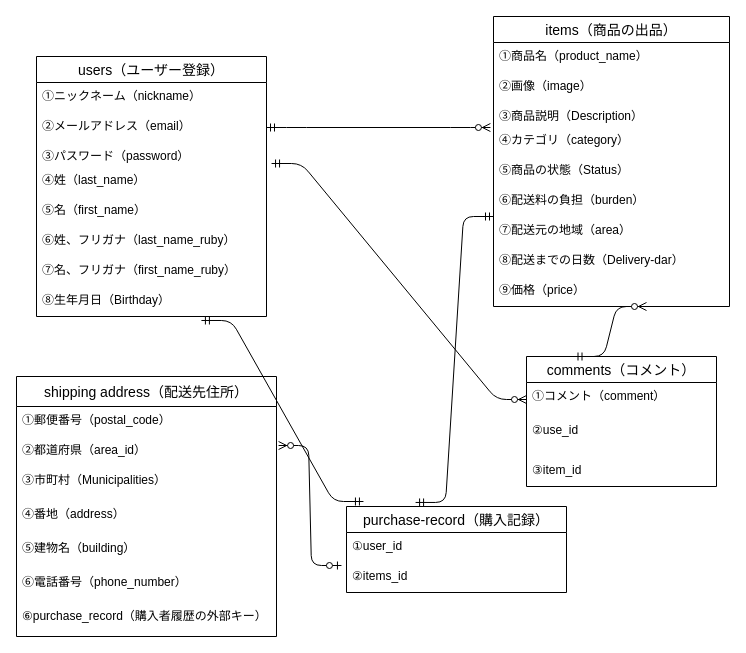
This is test.dio from GYO002/furima-35723, a draw.io file, before an edit. Source tidied: cells renumbered, new cells numbered last; positions are measured from the earlier drawing's top-left corner, leaving out a move shared by most shapes. Both pictures are drawn from the tidied source at 100%, with x=0, y=0 at pixel (16, 16).
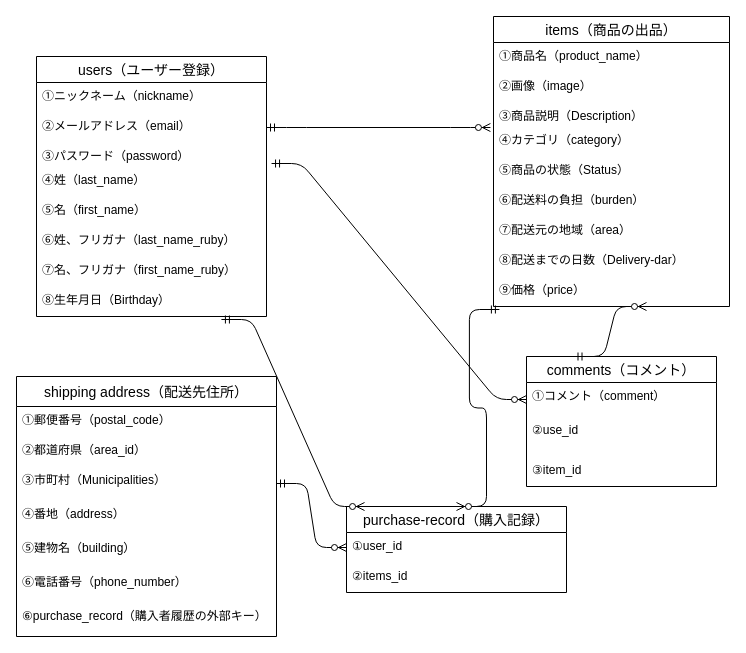
The same diagram, later.

Unchanged cells that the change refers to:
```xml
<mxCell id="10" value="⑧生年月日（Birthday）" style="text;spacingLeft=4;spacingRight=4;overflow=hidden;points=[[0,0.5],[1,0.5]];portConstraint=eastwest;fontSize=12;" parent="2" vertex="1">
  <mxGeometry y="230" width="230" height="30" as="geometry" />
</mxCell>
<mxCell id="20" value="⑨価格（price）" style="text;strokeColor=none;fillColor=none;spacingLeft=4;spacingRight=4;overflow=hidden;points=[[0,0.5],[1,0.5]];portConstraint=eastwest;fontSize=12;verticalAlign=top;" parent="11" vertex="1">
  <mxGeometry y="260" width="236" height="30" as="geometry" />
</mxCell>
<mxCell id="23" value="②都道府県（area_id）" style="text;strokeColor=none;fillColor=none;spacingLeft=4;spacingRight=4;overflow=hidden;points=[[0,0.5],[1,0.5]];portConstraint=eastwest;fontSize=12;" parent="21" vertex="1">
  <mxGeometry y="60" width="260" height="30" as="geometry" />
</mxCell>
<mxCell id="24" value="③市町村（Municipalities）" style="text;strokeColor=none;fillColor=none;spacingLeft=4;spacingRight=4;overflow=hidden;points=[[0,0.5],[1,0.5]];portConstraint=eastwest;fontSize=12;" parent="21" vertex="1">
  <mxGeometry y="90" width="260" height="34" as="geometry" />
</mxCell>
<mxCell id="29" value="purchase-record（購入記録）" style="swimlane;fontStyle=0;horizontal=1;startSize=26;align=center;fontSize=14;" parent="1" vertex="1">
  <mxGeometry x="330" y="490" width="220" height="86" as="geometry" />
</mxCell>
<mxCell id="30" value="①user_id" style="text;strokeColor=none;fillColor=none;spacingLeft=4;spacingRight=4;overflow=hidden;points=[[0,0.5],[1,0.5]];portConstraint=eastwest;fontSize=12;" parent="29" vertex="1">
  <mxGeometry y="26" width="220" height="30" as="geometry" />
</mxCell>
<mxCell id="31" value="②items_id" style="text;strokeColor=none;fillColor=none;spacingLeft=4;spacingRight=4;overflow=hidden;points=[[0,0.5],[1,0.5]];portConstraint=eastwest;fontSize=12;" parent="29" vertex="1">
  <mxGeometry y="56" width="220" height="30" as="geometry" />
</mxCell>
```

What changed in the source:
```diff
@@
-    <mxCell id="38" style="edgeStyle=entityRelationEdgeStyle;fontSize=12;html=1;endArrow=ERmandOne;startArrow=ERmandOne;entryX=0.717;entryY=1.133;entryDx=0;entryDy=0;entryPerimeter=0;exitX=0.077;exitY=-0.058;exitDx=0;exitDy=0;exitPerimeter=0;" parent="1" edge="1" source="29" target="10">
-      <mxGeometry relative="1" as="geometry" />
-    </mxCell>
-    <mxCell id="39" style="edgeStyle=entityRelationEdgeStyle;fontSize=12;html=1;endArrow=ERmandOne;startArrow=ERmandOne;exitX=0.314;exitY=-0.047;exitDx=0;exitDy=0;exitPerimeter=0;" parent="1" edge="1" source="29">
-      <mxGeometry relative="1" as="geometry">
-        <mxPoint x="477" y="200" as="targetPoint" />
-      </mxGeometry>
-    </mxCell>
@@
-    <mxCell id="41" style="edgeStyle=entityRelationEdgeStyle;fontSize=12;html=1;endArrow=ERzeroToMany;startArrow=ERzeroToOne;entryX=1.008;entryY=0.3;entryDx=0;entryDy=0;entryPerimeter=0;exitX=-0.023;exitY=0.1;exitDx=0;exitDy=0;exitPerimeter=0;" parent="1" edge="1" source="31" target="23">
-      <mxGeometry relative="1" as="geometry" />
-    </mxCell>
+    <mxCell id="42" style="edgeStyle=entityRelationEdgeStyle;fontSize=12;html=1;endArrow=ERzeroToMany;startArrow=ERmandOne;exitX=0.804;exitY=1.1;exitDx=0;exitDy=0;exitPerimeter=0;entryX=0.082;entryY=0;entryDx=0;entryDy=0;entryPerimeter=0;" parent="1" edge="1" source="10" target="29">
+      <mxGeometry relative="1" as="geometry" />
+    </mxCell>
+    <mxCell id="43" style="edgeStyle=entityRelationEdgeStyle;fontSize=12;html=1;endArrow=ERzeroToMany;startArrow=ERmandOne;exitX=0.025;exitY=1.1;exitDx=0;exitDy=0;exitPerimeter=0;entryX=0.5;entryY=0;entryDx=0;entryDy=0;" parent="1" edge="1" source="20" target="29">
+      <mxGeometry relative="1" as="geometry" />
+    </mxCell>
+    <mxCell id="44" style="edgeStyle=entityRelationEdgeStyle;fontSize=12;html=1;endArrow=ERzeroToMany;startArrow=ERmandOne;exitX=1;exitY=0.5;exitDx=0;exitDy=0;entryX=0;entryY=0.5;entryDx=0;entryDy=0;" parent="1" edge="1" source="24" target="30">
+      <mxGeometry relative="1" as="geometry" />
+    </mxCell>
```
